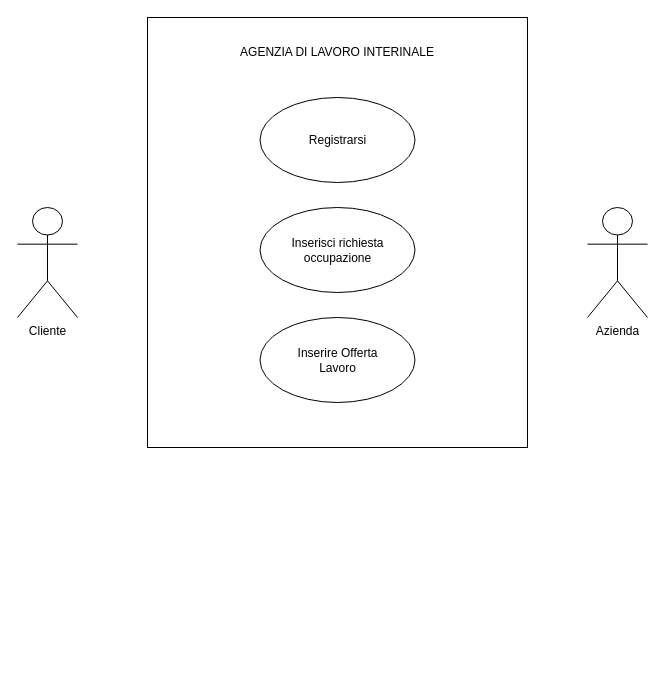
Above: Diagramma senza titolo.drawio in RafidISL/DiagrammiUML (draw.io), before the change. Source tidied: cells renumbered, new cells numbered last; positions are measured from the earlier drawing's top-left corner, leaving out a move shared by most shapes. Both pictures are drawn from the tidied source at 100%, with x=0, y=0 at pixel (17, 17).
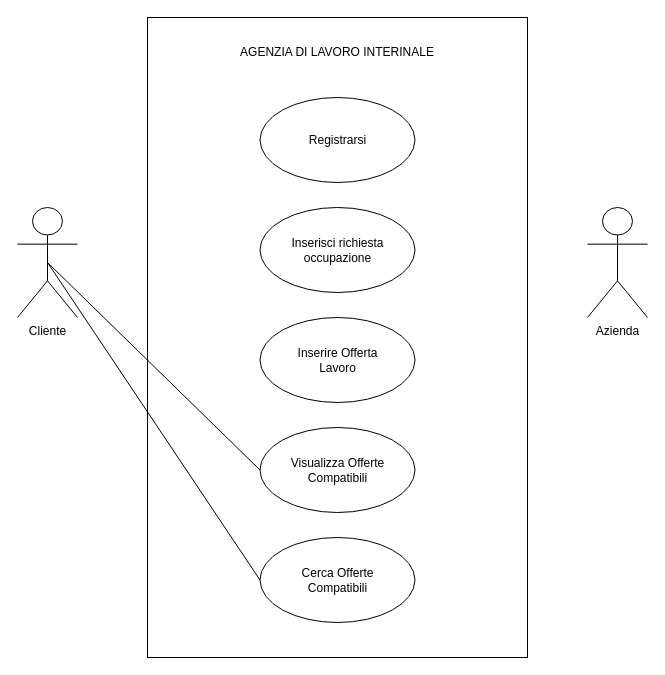
Above is the later version.

Commit message:
Aggiunti alcuni casi d'uso

Change to the diagram source:
```diff
@@
 <mxGraphModel>
   <root>
     <mxCell id="0" />
     <mxCell id="1" parent="0" />
     <mxCell id="2" style="rounded=0;whiteSpace=wrap;html=1;fillColor=none;" parent="1" vertex="1">
-      <mxGeometry x="130" width="380" height="430" as="geometry" />
+      <mxGeometry x="130" width="380" height="640" as="geometry" />
     </mxCell>
     <mxCell id="3" value="Registrarsi" style="ellipse;whiteSpace=wrap;html=1;" parent="1" vertex="1">
       <mxGeometry x="242.5" y="80" width="155" height="85" as="geometry" />
     </mxCell>
     <mxCell id="4" value="AGENZIA DI LAVORO INTERINALE" style="text;html=1;whiteSpace=wrap;strokeColor=none;fillColor=none;align=center;verticalAlign=middle;rounded=0;" parent="1" vertex="1">
       <mxGeometry x="215" y="20" width="210" height="30" as="geometry" />
     </mxCell>
     <mxCell id="5" value="Cliente" style="shape=umlActor;verticalLabelPosition=bottom;verticalAlign=top;html=1;outlineConnect=0;" parent="1" vertex="1">
       <mxGeometry y="190" width="60" height="110" as="geometry" />
     </mxCell>
     <mxCell id="6" value="Azienda" style="shape=umlActor;verticalLabelPosition=bottom;verticalAlign=top;html=1;" parent="1" vertex="1">
       <mxGeometry x="570" y="190" width="60" height="110" as="geometry" />
     </mxCell>
     <mxCell id="7" value="Inserisci richiesta&lt;div&gt;occupazione&lt;/div&gt;" style="ellipse;whiteSpace=wrap;html=1;" parent="1" vertex="1">
       <mxGeometry x="242.5" y="190" width="155" height="85" as="geometry" />
     </mxCell>
     <mxCell id="8" value="Inserire Offerta&lt;div&gt;Lavoro&lt;/div&gt;" style="ellipse;whiteSpace=wrap;html=1;" parent="1" vertex="1">
       <mxGeometry x="242.5" y="300" width="155" height="85" as="geometry" />
     </mxCell>
+    <mxCell id="9" value="Visualizza Offerte&lt;div&gt;Compatibili&lt;/div&gt;" style="ellipse;whiteSpace=wrap;html=1;" parent="1" vertex="1">
+      <mxGeometry x="242.5" y="410" width="155" height="85" as="geometry" />
+    </mxCell>
+    <mxCell id="10" style="endArrow=none;html=1;rounded=0;exitX=0.5;exitY=0.5;exitDx=0;exitDy=0;exitPerimeter=0;entryX=0;entryY=0.5;entryDx=0;entryDy=0;" parent="1" edge="1" source="5" target="9">
+      <mxGeometry relative="1" as="geometry" />
+    </mxCell>
+    <mxCell id="11" value="Cerca Offerte&lt;div&gt;Compatibili&lt;/div&gt;" style="ellipse;whiteSpace=wrap;html=1;" parent="1" vertex="1">
+      <mxGeometry x="242.5" y="520" width="155" height="85" as="geometry" />
+    </mxCell>
+    <mxCell id="12" style="endArrow=none;html=1;rounded=0;exitX=0.5;exitY=0.5;exitDx=0;exitDy=0;exitPerimeter=0;entryX=0;entryY=0.5;entryDx=0;entryDy=0;" parent="1" edge="1" source="5" target="11">
+      <mxGeometry relative="1" as="geometry" />
+    </mxCell>
   </root>
 </mxGraphModel>
```
